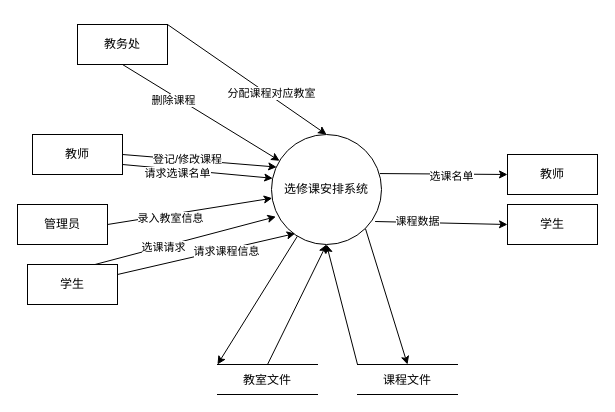
Above: 明星管理系统数据流图.drawio in xinhecuican/draw (draw.io), before the change. Source tidied: cells renumbered, new cells numbered last; positions are measured from the earlier drawing's top-left corner, leaving out a move shared by most shapes. Both pictures are drawn from the tidied source at 100%, with x=0, y=0 at pixel (17, 24).
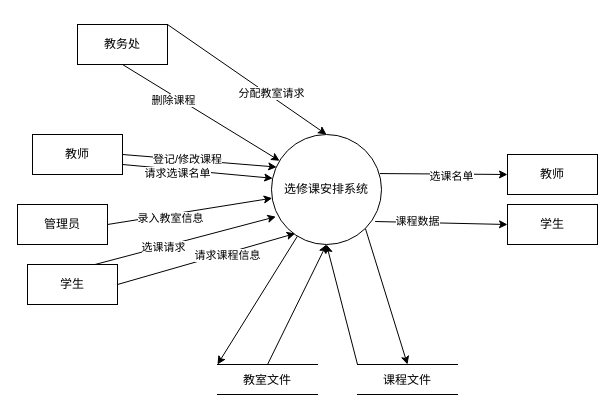
The same diagram, later.

Commit message:
更新明星管理系统数据流图.drawio

The change refers to these unchanged cells:
```xml
<mxCell id="13" value="选修课安排系统" style="ellipse;whiteSpace=wrap;" parent="1" vertex="1">
  <mxGeometry x="254" y="110" width="110" height="110" as="geometry" />
</mxCell>
<mxCell id="23" value="学生" style="rounded=0;whiteSpace=wrap;" parent="1" vertex="1">
  <mxGeometry x="10" y="240" width="90" height="40" as="geometry" />
</mxCell>
<mxCell id="27" style="edgeStyle=none;rounded=0;jettySize=auto;exitX=1;exitY=0;exitDx=0;exitDy=0;entryX=0.5;entryY=0;entryDx=0;entryDy=0;" parent="1" edge="1" source="26" target="13">
  <mxGeometry relative="1" as="geometry" />
</mxCell>
```

What changed in the source:
```diff
@@
-    <mxCell id="21" style="edgeStyle=none;rounded=0;jettySize=auto;html=0;exitX=1;exitY=0.25;exitDx=0;exitDy=0;entryX=0.215;entryY=0.9;entryDx=0;entryDy=0;entryPerimeter=0;" parent="1" edge="1" source="23" target="13">
+    <mxCell id="21" style="edgeStyle=none;rounded=0;jettySize=auto;html=0;exitX=1;exitY=0.5;exitDx=0;exitDy=0;entryX=0.215;entryY=0.9;entryDx=0;entryDy=0;entryPerimeter=0;" parent="1" edge="1" source="23" target="13">
       <mxGeometry relative="1" as="geometry" />
     </mxCell>
@@
-    <mxCell id="28" value="分配课程对应教室" style="edgeLabel;html=1;align=center;verticalAlign=middle;" parent="27" vertex="1">
+    <mxCell id="28" value="分配教室请求" style="edgeLabel;html=1;align=center;verticalAlign=middle;" parent="27" vertex="1">
       <mxGeometry x="0.28" y="3" relative="1" as="geometry" />
     </mxCell>
```
